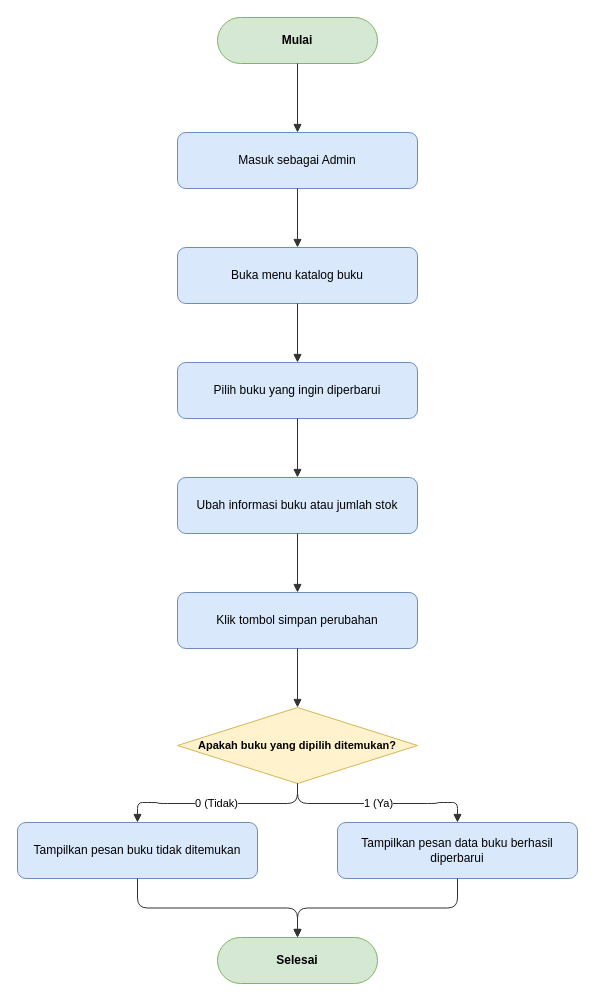
Above: docs/diagrams/flowchart/flowchart-updatebook.drawio in dimstyle/ruang-baca (draw.io), before the change. Source tidied: cells renumbered, new cells numbered last; positions are measured from the earlier drawing's top-left corner, leaving out a move shared by most shapes. Both pictures are drawn from the tidied source at 100%, with x=0, y=0 at pixel (17, 17).
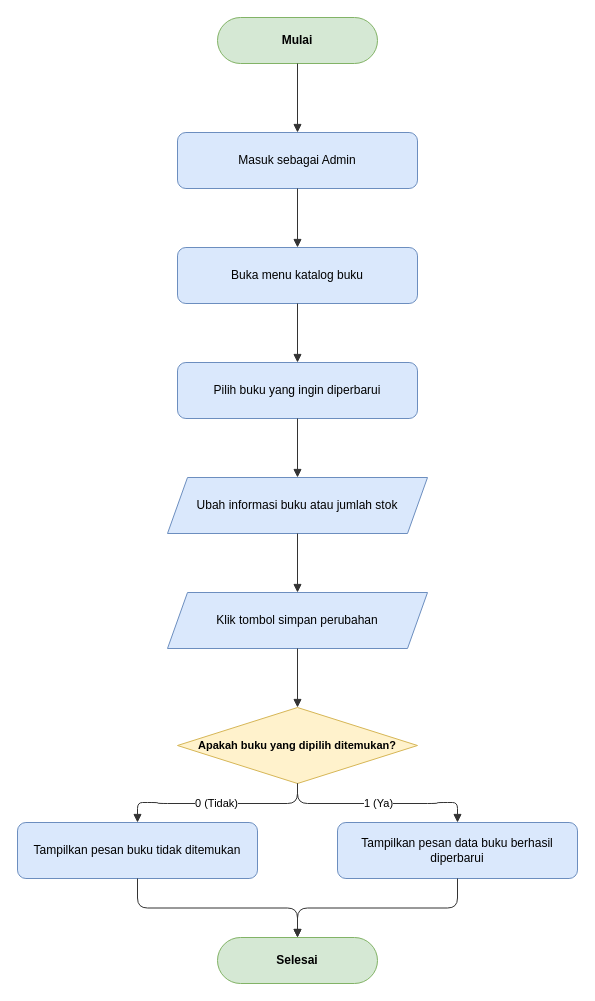
After the change.

Change to the diagram source:
```diff
@@
-    <mxCell id="6" value="Ubah informasi buku atau jumlah stok" style="rounded=1;whiteSpace=wrap;html=1;fillColor=#dae8fc;strokeColor=#6c8ebf;fontSize=12;" parent="1" vertex="1">
-      <mxGeometry x="160" y="460" width="240" height="56" as="geometry" />
+    <mxCell id="6" value="Ubah informasi buku atau jumlah stok" style="shape=parallelogram;perimeter=parallelogramPerimeter;whiteSpace=wrap;html=1;fixedSize=1;fillColor=#dae8fc;strokeColor=#6c8ebf;fontSize=12;" parent="1" vertex="1">
+      <mxGeometry x="150" y="460" width="260" height="56" as="geometry" />
     </mxCell>
-    <mxCell id="7" value="Klik tombol simpan perubahan" style="rounded=1;whiteSpace=wrap;html=1;fillColor=#dae8fc;strokeColor=#6c8ebf;fontSize=12;" parent="1" vertex="1">
-      <mxGeometry x="160" y="575" width="240" height="56" as="geometry" />
+    <mxCell id="7" value="Klik tombol simpan perubahan" style="shape=parallelogram;perimeter=parallelogramPerimeter;whiteSpace=wrap;html=1;fixedSize=1;fillColor=#dae8fc;strokeColor=#6c8ebf;fontSize=12;" parent="1" vertex="1">
+      <mxGeometry x="150" y="575" width="260" height="56" as="geometry" />
     </mxCell>
```
